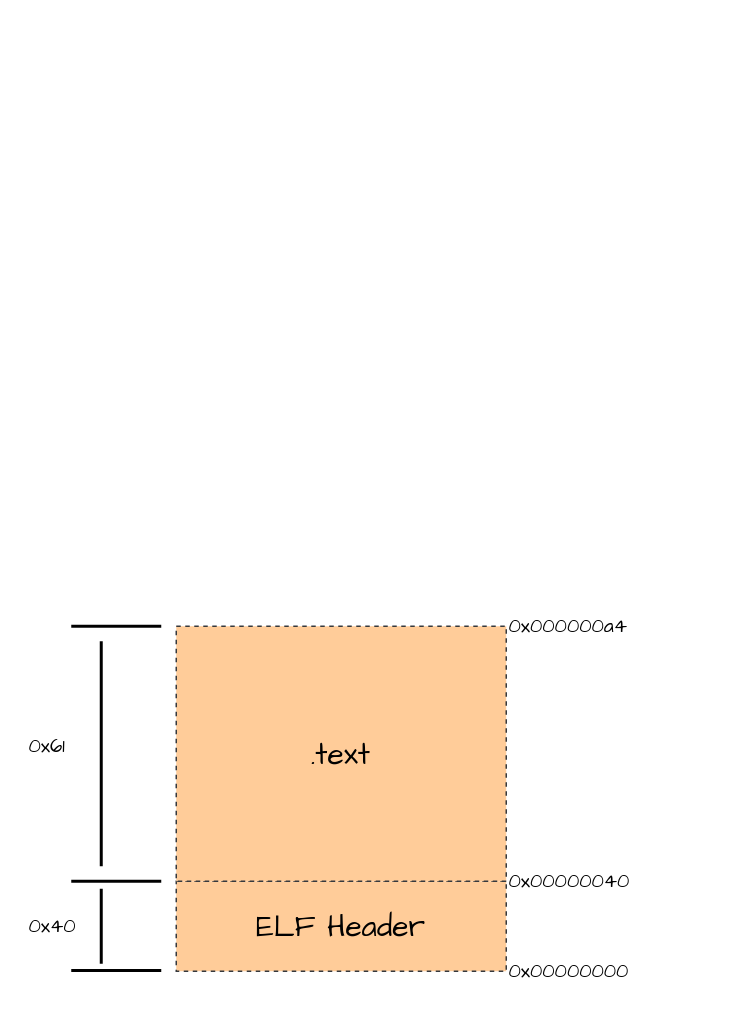
This is comp_study.drawio from hashyong/drawio, a draw.io file, before an edit. Source tidied: cells renumbered, new cells numbered last; positions are measured from the earlier drawing's top-left corner, leaving out a move shared by most shapes. Both pictures are drawn from the tidied source at 150%, with x=0, y=0 at pixel (26, 610).
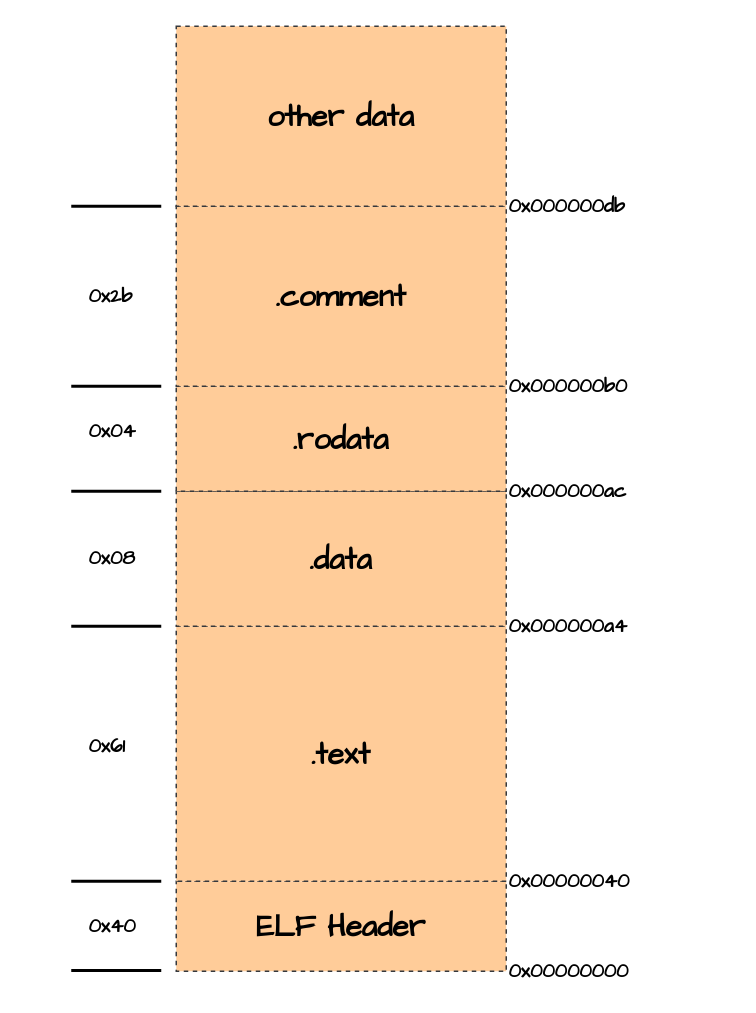
After the change.

Diff of the diagram source:
```diff
@@
-    <mxCell id="2" value="&lt;font style=&quot;font-size: 20px&quot;&gt;ELF Header&lt;/font&gt;" style="rounded=0;whiteSpace=wrap;html=1;fontFamily=Comic Sans MS;fillColor=#ffcc99;strokeColor=#36393d;dashed=1;" parent="1" vertex="1">
+    <mxCell id="2" value="&lt;font style=&quot;font-size: 20px&quot;&gt;ELF Header&lt;/font&gt;" style="rounded=0;whiteSpace=wrap;html=1;fontFamily=Comic Sans MS;fillColor=#ffcc99;strokeColor=#36393d;dashed=1;fontStyle=1;" parent="1" vertex="1">
       <mxGeometry x="100" y="180" width="220" height="60" as="geometry" />
     </mxCell>
-    <mxCell id="3" value="&lt;font style=&quot;font-size: 13px&quot;&gt;0x00000000&lt;/font&gt;" style="text;html=1;strokeColor=none;fillColor=none;align=left;verticalAlign=middle;whiteSpace=wrap;rounded=0;dashed=1;fontFamily=Comic Sans MS;" parent="1" vertex="1">
+    <mxCell id="3" value="&lt;font style=&quot;font-size: 13px&quot;&gt;&lt;span&gt;0x00000000&lt;/span&gt;&lt;/font&gt;" style="text;html=1;strokeColor=none;fillColor=none;align=left;verticalAlign=middle;whiteSpace=wrap;rounded=0;dashed=1;fontFamily=Comic Sans MS;fontStyle=1;" parent="1" vertex="1">
       <mxGeometry x="320" y="230" width="150" height="20" as="geometry" />
     </mxCell>
-    <mxCell id="4" style="endArrow=none;html=1;fontFamily=Comic Sans MS;strokeWidth=2;rounded=0;" parent="1" edge="1">
+    <mxCell id="4" style="endArrow=none;html=1;fontFamily=Comic Sans MS;strokeWidth=2;rounded=0;fontStyle=1;" parent="1" edge="1">
       <mxGeometry relative="1" as="geometry">
         <mxPoint x="30" y="180" as="sourcePoint" />
         <mxPoint x="90" y="180" as="targetPoint" />
       </mxGeometry>
     </mxCell>
-    <mxCell id="5" style="endArrow=none;html=1;fontFamily=Comic Sans MS;strokeWidth=2;" parent="1" edge="1">
+    <mxCell id="5" style="endArrow=none;html=1;fontFamily=Comic Sans MS;strokeWidth=2;fontStyle=1;" parent="1" edge="1">
       <mxGeometry relative="1" as="geometry">
         <mxPoint x="30" y="239.5" as="sourcePoint" />
         <mxPoint x="90" y="239.5" as="targetPoint" />
       </mxGeometry>
     </mxCell>
-    <mxCell id="6" style="endArrow=none;html=1;strokeWidth=2;fontFamily=Comic Sans MS;" parent="1" edge="1">
-      <mxGeometry relative="1" as="geometry">
-        <mxPoint x="50" y="235" as="sourcePoint" />
-        <mxPoint x="50" y="185" as="targetPoint" />
-      </mxGeometry>
-    </mxCell>
-    <mxCell id="7" value="&lt;font style=&quot;font-size: 13px&quot;&gt;0x40&lt;/font&gt;" style="text;html=1;strokeColor=none;fillColor=none;align=left;verticalAlign=middle;whiteSpace=wrap;rounded=0;dashed=1;fontFamily=Comic Sans MS;" parent="1" vertex="1">
-      <mxGeometry y="200" width="150" height="20" as="geometry" />
+    <mxCell id="7" value="&lt;font style=&quot;font-size: 13px&quot;&gt;0x40&lt;/font&gt;" style="text;html=1;strokeColor=none;fillColor=none;align=left;verticalAlign=middle;whiteSpace=wrap;rounded=0;dashed=1;fontFamily=Comic Sans MS;fontStyle=1;" parent="1" vertex="1">
+      <mxGeometry x="40" y="200" width="150" height="20" as="geometry" />
     </mxCell>
-    <mxCell id="8" value="&lt;span style=&quot;font-size: 20px&quot;&gt;.text&lt;/span&gt;" style="rounded=0;whiteSpace=wrap;html=1;fontFamily=Comic Sans MS;fillColor=#ffcc99;strokeColor=#36393d;dashed=1;" parent="1" vertex="1">
+    <mxCell id="8" value="&lt;span style=&quot;font-size: 20px&quot;&gt;.text&lt;/span&gt;" style="rounded=0;whiteSpace=wrap;html=1;fontFamily=Comic Sans MS;fillColor=#ffcc99;strokeColor=#36393d;dashed=1;fontStyle=1;" parent="1" vertex="1">
       <mxGeometry x="100" y="10" width="220" height="170" as="geometry" />
     </mxCell>
-    <mxCell id="9" value="&lt;font style=&quot;font-size: 13px&quot;&gt;0x00000040&lt;/font&gt;" style="text;html=1;strokeColor=none;fillColor=none;align=left;verticalAlign=middle;whiteSpace=wrap;rounded=0;dashed=1;fontFamily=Comic Sans MS;" parent="1" vertex="1">
+    <mxCell id="9" value="&lt;font style=&quot;font-size: 13px&quot;&gt;0x00000040&lt;/font&gt;" style="text;html=1;strokeColor=none;fillColor=none;align=left;verticalAlign=middle;whiteSpace=wrap;rounded=0;dashed=1;fontFamily=Comic Sans MS;fontStyle=1;" parent="1" vertex="1">
       <mxGeometry x="320" y="170" width="150" height="20" as="geometry" />
     </mxCell>
-    <mxCell id="10" style="endArrow=none;html=1;fontFamily=Comic Sans MS;strokeWidth=2;rounded=0;" parent="1" edge="1">
+    <mxCell id="10" style="endArrow=none;html=1;fontFamily=Comic Sans MS;strokeWidth=2;rounded=0;fontStyle=1;" parent="1" edge="1">
       <mxGeometry relative="1" as="geometry">
         <mxPoint x="30" y="10" as="sourcePoint" />
         <mxPoint x="90" y="10" as="targetPoint" />
       </mxGeometry>
     </mxCell>
-    <mxCell id="11" style="endArrow=none;html=1;strokeWidth=2;fontFamily=Comic Sans MS;" parent="1" edge="1">
-      <mxGeometry relative="1" as="geometry">
-        <mxPoint x="50" y="170" as="sourcePoint" />
-        <mxPoint x="50" y="20" as="targetPoint" />
-      </mxGeometry>
-    </mxCell>
-    <mxCell id="12" value="&lt;font style=&quot;font-size: 13px&quot;&gt;0x61&lt;/font&gt;" style="text;html=1;strokeColor=none;fillColor=none;align=left;verticalAlign=middle;whiteSpace=wrap;rounded=0;dashed=1;fontFamily=Comic Sans MS;" parent="1" vertex="1">
-      <mxGeometry y="80" width="150" height="20" as="geometry" />
+    <mxCell id="12" value="&lt;font style=&quot;font-size: 13px&quot;&gt;0x61&lt;/font&gt;" style="text;html=1;strokeColor=none;fillColor=none;align=left;verticalAlign=middle;whiteSpace=wrap;rounded=0;dashed=1;fontFamily=Comic Sans MS;fontStyle=1;" parent="1" vertex="1">
+      <mxGeometry x="40" y="80" width="150" height="20" as="geometry" />
     </mxCell>
-    <mxCell id="13" value="&lt;font style=&quot;font-size: 13px&quot;&gt;0x000000a4&lt;/font&gt;" style="text;html=1;strokeColor=none;fillColor=none;align=left;verticalAlign=middle;whiteSpace=wrap;rounded=0;dashed=1;fontFamily=Comic Sans MS;" parent="1" vertex="1">
+    <mxCell id="13" value="&lt;font style=&quot;font-size: 13px&quot;&gt;0x000000a4&lt;/font&gt;" style="text;html=1;strokeColor=none;fillColor=none;align=left;verticalAlign=middle;whiteSpace=wrap;rounded=0;dashed=1;fontFamily=Comic Sans MS;fontStyle=1;" parent="1" vertex="1">
       <mxGeometry x="320" width="150" height="20" as="geometry" />
     </mxCell>
+    <mxCell id="14" value="&lt;span style=&quot;font-size: 20px&quot;&gt;.data&lt;/span&gt;" style="rounded=0;whiteSpace=wrap;html=1;fontFamily=Comic Sans MS;fillColor=#ffcc99;strokeColor=#36393d;dashed=1;fontStyle=1;" parent="1" vertex="1">
+      <mxGeometry x="100" y="-80" width="220" height="90" as="geometry" />
+    </mxCell>
+    <mxCell id="15" style="endArrow=none;html=1;fontFamily=Comic Sans MS;strokeWidth=2;rounded=0;fontStyle=1;" parent="1" edge="1">
+      <mxGeometry relative="1" as="geometry">
+        <mxPoint x="30" y="-80" as="sourcePoint" />
+        <mxPoint x="90" y="-80" as="targetPoint" />
+      </mxGeometry>
+    </mxCell>
+    <mxCell id="16" value="&lt;font style=&quot;font-size: 13px&quot;&gt;0x08&lt;/font&gt;" style="text;html=1;strokeColor=none;fillColor=none;align=left;verticalAlign=middle;whiteSpace=wrap;rounded=0;dashed=1;fontFamily=Comic Sans MS;fontStyle=1;" parent="1" vertex="1">
+      <mxGeometry x="40" y="-45" width="150" height="20" as="geometry" />
+    </mxCell>
+    <mxCell id="17" value="&lt;font style=&quot;font-size: 13px&quot;&gt;0x000000ac&lt;/font&gt;" style="text;html=1;strokeColor=none;fillColor=none;align=left;verticalAlign=middle;whiteSpace=wrap;rounded=0;dashed=1;fontFamily=Comic Sans MS;fontStyle=1;" parent="1" vertex="1">
+      <mxGeometry x="320" y="-90" width="150" height="20" as="geometry" />
+    </mxCell>
+    <mxCell id="18" value="&lt;span style=&quot;font-size: 20px&quot;&gt;.rodata&lt;/span&gt;" style="rounded=0;whiteSpace=wrap;html=1;fontFamily=Comic Sans MS;fillColor=#ffcc99;strokeColor=#36393d;dashed=1;fontStyle=1;" parent="1" vertex="1">
+      <mxGeometry x="100" y="-150" width="220" height="70" as="geometry" />
+    </mxCell>
+    <mxCell id="19" style="endArrow=none;html=1;fontFamily=Comic Sans MS;strokeWidth=2;rounded=0;fontStyle=1;" parent="1" edge="1">
+      <mxGeometry relative="1" as="geometry">
+        <mxPoint x="30" y="-150" as="sourcePoint" />
+        <mxPoint x="90" y="-150" as="targetPoint" />
+      </mxGeometry>
+    </mxCell>
+    <mxCell id="20" value="&lt;font style=&quot;font-size: 13px&quot;&gt;0x04&lt;/font&gt;" style="text;html=1;strokeColor=none;fillColor=none;align=left;verticalAlign=middle;whiteSpace=wrap;rounded=0;dashed=1;fontFamily=Comic Sans MS;fontStyle=1;" parent="1" vertex="1">
+      <mxGeometry x="40" y="-130" width="150" height="20" as="geometry" />
+    </mxCell>
+    <mxCell id="21" value="&lt;font style=&quot;font-size: 13px&quot;&gt;0x000000b0&lt;/font&gt;" style="text;html=1;strokeColor=none;fillColor=none;align=left;verticalAlign=middle;whiteSpace=wrap;rounded=0;dashed=1;fontFamily=Comic Sans MS;fontStyle=1;" parent="1" vertex="1">
+      <mxGeometry x="320" y="-160" width="150" height="20" as="geometry" />
+    </mxCell>
+    <mxCell id="22" value="&lt;span style=&quot;font-size: 20px&quot;&gt;.comment&lt;/span&gt;" style="rounded=0;whiteSpace=wrap;html=1;fontFamily=Comic Sans MS;fillColor=#ffcc99;strokeColor=#36393d;dashed=1;fontStyle=1;" parent="1" vertex="1">
+      <mxGeometry x="100" y="-270" width="220" height="120" as="geometry" />
+    </mxCell>
+    <mxCell id="23" style="endArrow=none;html=1;fontFamily=Comic Sans MS;strokeWidth=2;rounded=0;fontStyle=1;" parent="1" edge="1">
+      <mxGeometry relative="1" as="geometry">
+        <mxPoint x="30" y="-270" as="sourcePoint" />
+        <mxPoint x="90" y="-270" as="targetPoint" />
+      </mxGeometry>
+    </mxCell>
+    <mxCell id="24" value="&lt;font style=&quot;font-size: 13px&quot;&gt;0x2b&lt;/font&gt;" style="text;html=1;strokeColor=none;fillColor=none;align=left;verticalAlign=middle;whiteSpace=wrap;rounded=0;dashed=1;fontFamily=Comic Sans MS;fontStyle=1;" parent="1" vertex="1">
+      <mxGeometry x="40" y="-220" width="150" height="20" as="geometry" />
+    </mxCell>
+    <mxCell id="25" value="&lt;font style=&quot;font-size: 13px&quot;&gt;0x000000db&lt;/font&gt;" style="text;html=1;strokeColor=none;fillColor=none;align=left;verticalAlign=middle;whiteSpace=wrap;rounded=0;dashed=1;fontFamily=Comic Sans MS;fontStyle=1;" parent="1" vertex="1">
+      <mxGeometry x="320" y="-280" width="150" height="20" as="geometry" />
+    </mxCell>
+    <mxCell id="26" value="&lt;span style=&quot;font-size: 20px&quot;&gt;other data&lt;/span&gt;" style="rounded=0;whiteSpace=wrap;html=1;fontFamily=Comic Sans MS;fillColor=#ffcc99;strokeColor=#36393d;dashed=1;fontStyle=1;" parent="1" vertex="1">
+      <mxGeometry x="100" y="-390" width="220" height="120" as="geometry" />
+    </mxCell>
```
